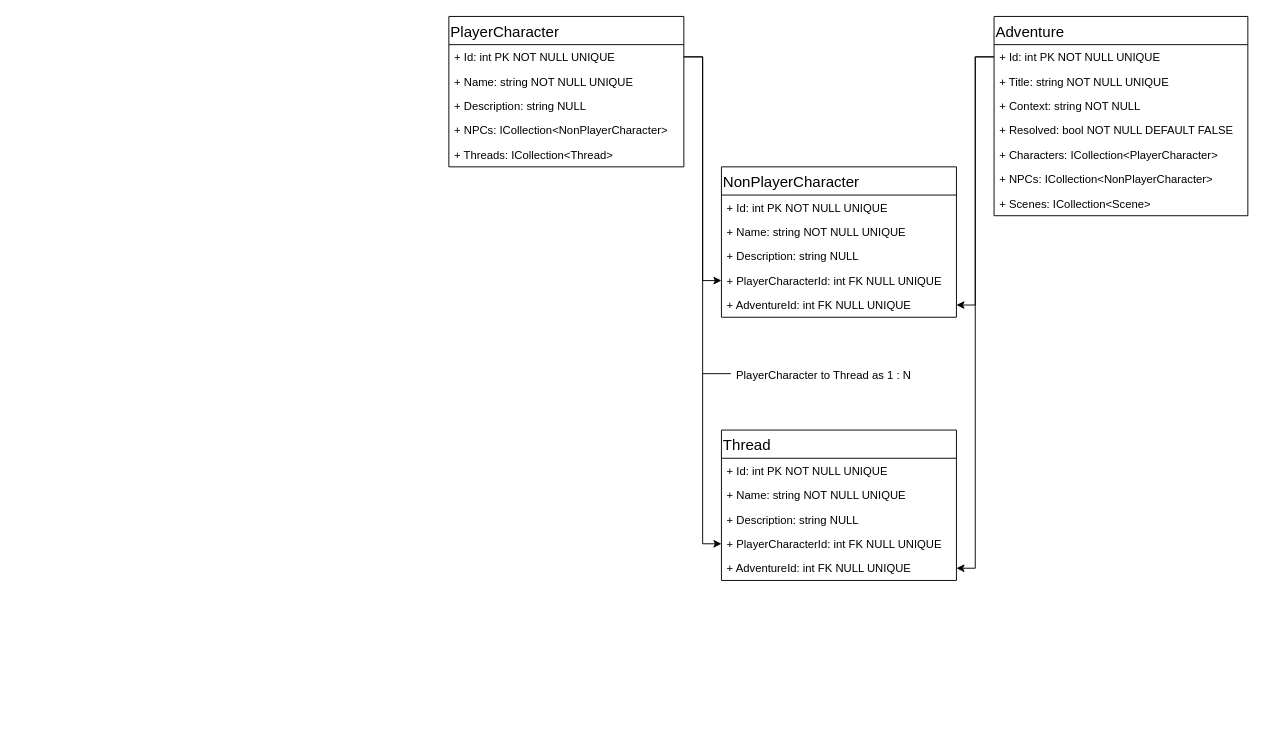
This is page "Data Structure" (3 of 3) of App Flow and Data Structure.drawio from StanisKo/MGME, a draw.io file, before an edit. Source tidied: cells renumbered, new cells numbered last; positions are measured from the earlier drawing's top-left corner, leaving out a move shared by most shapes. Both pictures are drawn from the tidied source at 94%, with x=0, y=0 at pixel (448, 16).
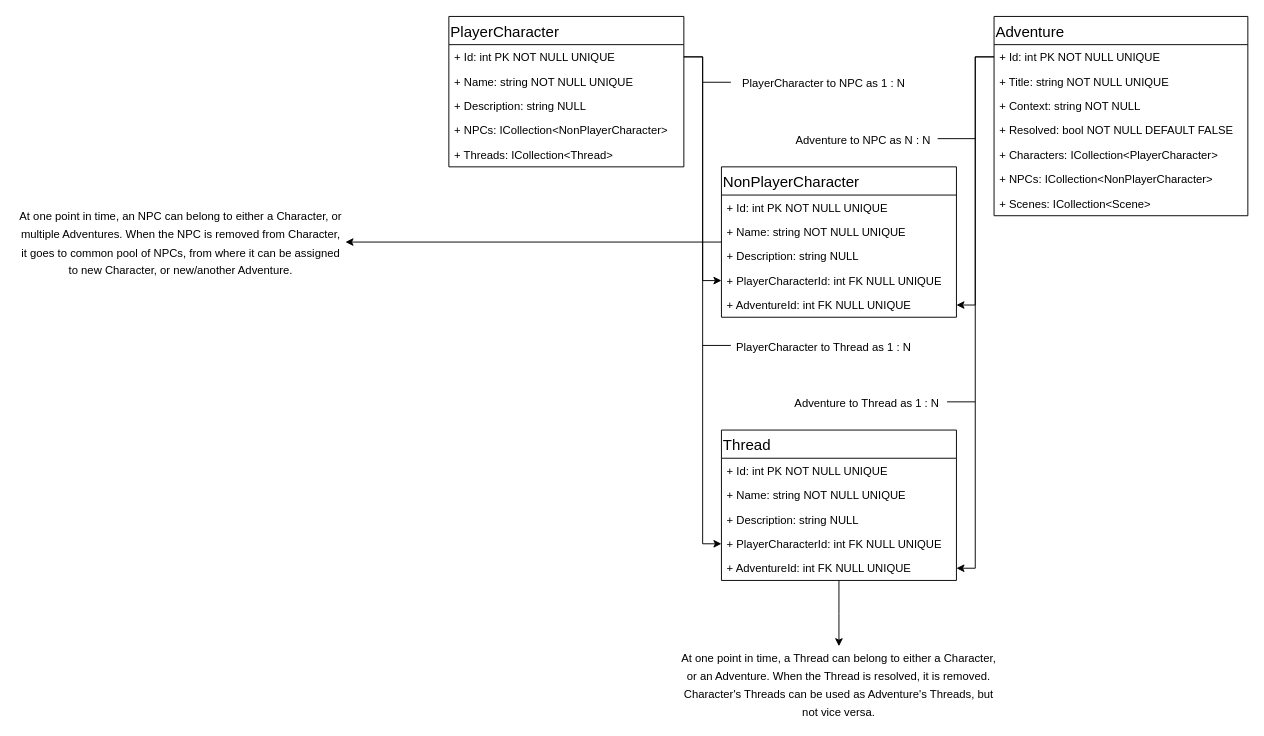
Above is the later version.

Commit message (it also covers changes not shown here):
working on data structure

The change refers to these unchanged cells:
```xml
<mxCell id="8" value="Thread" style="swimlane;fontStyle=0;align=left;verticalAlign=top;horizontal=1;startSize=30;rounded=0;strokeColor=#000000;strokeWidth=1;fillColor=none;fontSize=16;fontColor=#000000;" parent="1" vertex="1">
  <mxGeometry x="290" y="440" width="250" height="160" as="geometry" />
</mxCell>
<mxCell id="24" value="NonPlayerCharacter" style="swimlane;fontStyle=0;align=left;verticalAlign=top;horizontal=1;startSize=30;rounded=0;strokeColor=#000000;strokeWidth=1;fillColor=none;fontSize=16;fontColor=#000000;" parent="1" vertex="1">
  <mxGeometry x="290" y="160" width="250" height="160" as="geometry" />
</mxCell>
```

What changed in the source:
```diff
@@
+    <mxCell id="34" style="edgeStyle=orthogonalEdgeStyle;rounded=0;jettySize=auto;html=1;strokeWidth=1;fontSize=16;fontColor=#000000;" parent="1" edge="1" source="8">
+      <mxGeometry relative="1" as="geometry">
+        <mxPoint x="415" y="670" as="targetPoint" />
+      </mxGeometry>
+    </mxCell>
@@
+    <mxCell id="35" style="edgeStyle=orthogonalEdgeStyle;rounded=0;jettySize=auto;html=1;entryX=1;entryY=0.5;entryDx=0;entryDy=0;strokeWidth=1;fontSize=16;fontColor=#000000;" parent="1" edge="1" source="24" target="43">
+      <mxGeometry relative="1" as="geometry" />
+    </mxCell>
@@
     <mxCell id="32" style="endArrow=none;html=1;strokeWidth=1;fontSize=16;fontColor=#000000;" parent="1" edge="1">
       <mxGeometry relative="1" as="geometry">
-        <mxPoint x="270" y="380" as="sourcePoint" />
-        <mxPoint x="300" y="380" as="targetPoint" />
+        <mxPoint x="270" y="350" as="sourcePoint" />
+        <mxPoint x="300" y="350" as="targetPoint" />
       </mxGeometry>
     </mxCell>
     <mxCell id="33" value="&lt;font style=&quot;font-size: 12px&quot;&gt;PlayerCharacter to Thread as 1 : N&lt;/font&gt;" style="text;html=1;strokeColor=none;fillColor=none;align=center;verticalAlign=middle;whiteSpace=wrap;rounded=0;fontSize=16;fontColor=#000000;" parent="1" vertex="1">
-      <mxGeometry x="298" y="370" width="202" height="20" as="geometry" />
+      <mxGeometry x="298" y="340" width="202" height="20" as="geometry" />
     </mxCell>
+    <mxCell id="36" style="endArrow=none;html=1;strokeWidth=1;fontSize=16;fontColor=#000000;" parent="1" edge="1">
+      <mxGeometry relative="1" as="geometry">
+        <mxPoint x="560" y="410" as="sourcePoint" />
+        <mxPoint x="530" y="410" as="targetPoint" />
+      </mxGeometry>
+    </mxCell>
+    <mxCell id="37" value="&lt;font style=&quot;font-size: 12px&quot;&gt;Adventure to Thread as 1 : N&lt;/font&gt;" style="text;html=1;strokeColor=none;fillColor=none;align=center;verticalAlign=middle;whiteSpace=wrap;rounded=0;fontSize=16;fontColor=#000000;" parent="1" vertex="1">
+      <mxGeometry x="344" y="400" width="202" height="20" as="geometry" />
+    </mxCell>
+    <mxCell id="38" value="&lt;font style=&quot;font-size: 12px&quot;&gt;At one point in time, a Thread can belong to either a Character, or an Adventure. When the Thread is resolved, it is removed. Character's Threads can be used as Adventure's Threads, but not vice versa.&lt;/font&gt;" style="text;html=1;strokeColor=none;fillColor=none;align=center;verticalAlign=middle;whiteSpace=wrap;rounded=0;fontSize=16;fontColor=#000000;" parent="1" vertex="1">
+      <mxGeometry x="240" y="700" width="350" height="20" as="geometry" />
+    </mxCell>
+    <mxCell id="39" style="endArrow=none;html=1;strokeWidth=1;fontSize=16;fontColor=#000000;" parent="1" edge="1">
+      <mxGeometry relative="1" as="geometry">
+        <mxPoint x="270" y="70" as="sourcePoint" />
+        <mxPoint x="300" y="70" as="targetPoint" />
+      </mxGeometry>
+    </mxCell>
+    <mxCell id="40" value="&lt;font style=&quot;font-size: 12px&quot;&gt;PlayerCharacter to NPC as 1 : N&lt;/font&gt;" style="text;html=1;strokeColor=none;fillColor=none;align=center;verticalAlign=middle;whiteSpace=wrap;rounded=0;fontSize=16;fontColor=#000000;" parent="1" vertex="1">
+      <mxGeometry x="298" y="60" width="202" height="20" as="geometry" />
+    </mxCell>
+    <mxCell id="41" style="endArrow=none;html=1;strokeWidth=1;fontSize=16;fontColor=#000000;" parent="1" edge="1">
+      <mxGeometry relative="1" as="geometry">
+        <mxPoint x="520" y="130" as="sourcePoint" />
+        <mxPoint x="560" y="130" as="targetPoint" />
+      </mxGeometry>
+    </mxCell>
+    <mxCell id="42" value="&lt;font style=&quot;font-size: 12px&quot;&gt;Adventure to NPC as N : N&lt;/font&gt;" style="text;html=1;strokeColor=none;fillColor=none;align=center;verticalAlign=middle;whiteSpace=wrap;rounded=0;fontSize=16;fontColor=#000000;" parent="1" vertex="1">
+      <mxGeometry x="340" y="120" width="202" height="20" as="geometry" />
+    </mxCell>
+    <mxCell id="43" value="&lt;font style=&quot;font-size: 12px&quot;&gt;At one point in time, an NPC can belong to either a Character, or multiple Adventures. When the NPC is removed from Character, it goes to common pool of NPCs, from where it can be assigned to new Character, or new/another Adventure.&lt;/font&gt;" style="text;html=1;strokeColor=none;fillColor=none;align=center;verticalAlign=middle;whiteSpace=wrap;rounded=0;fontSize=16;fontColor=#000000;" parent="1" vertex="1">
+      <mxGeometry x="-460" y="230" width="350" height="20" as="geometry" />
+    </mxCell>
```
